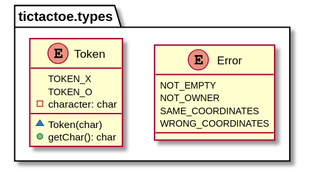
x-USantaTecla-game-ticTacToe/java keeps this PlantUML diagram as docs/build/docs/asciidoc/images/tictactoeModelsVersion5.svg. Above is the earlier version.
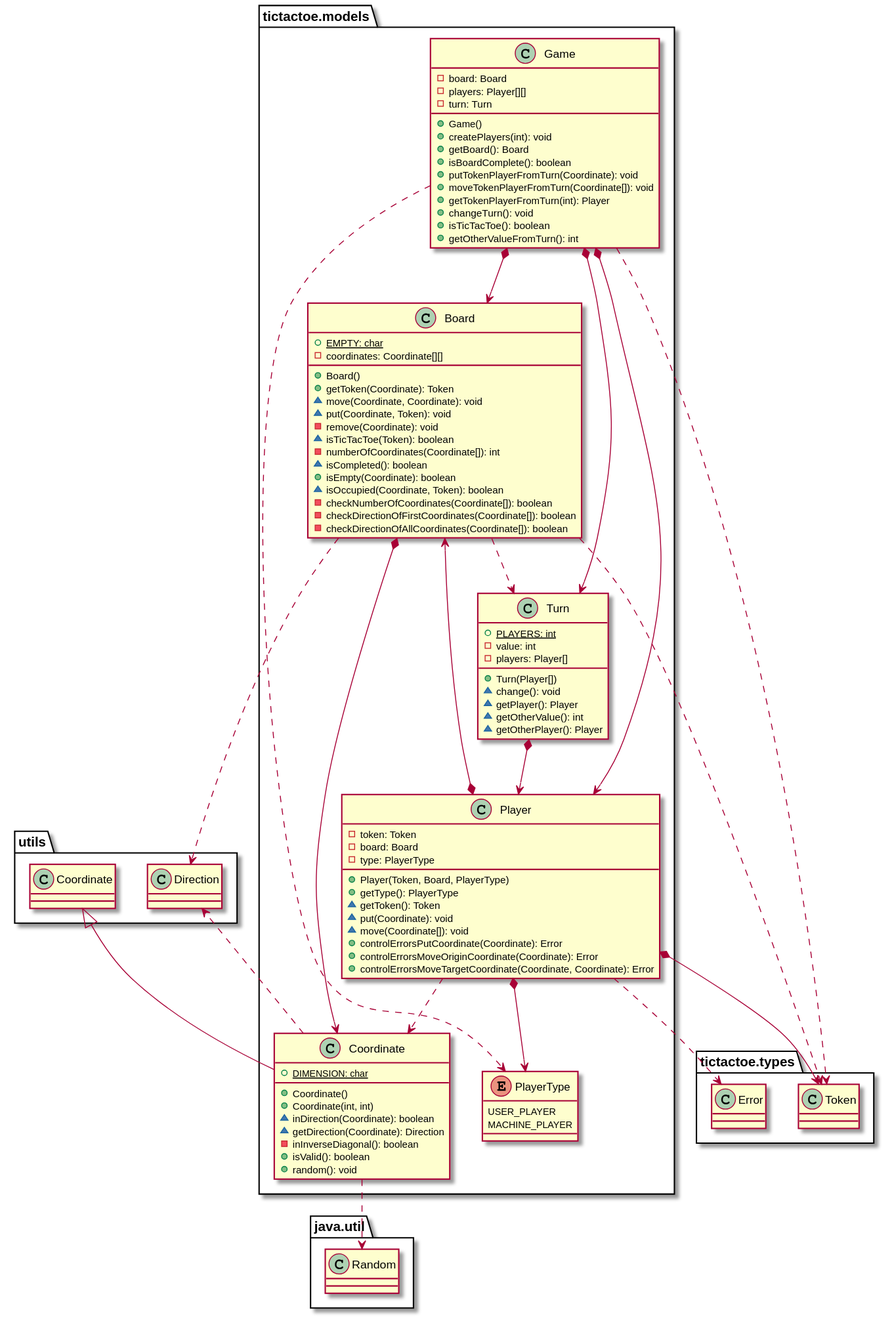
The same file after the commit.

Commit message:
Fix types visualization on docs

What changed in the source:
```diff
@@ -1,18 +1,96 @@
 @startuml
 
-enum  tictactoe.types.Error{
-NOT_EMPTY
-NOT_OWNER
-SAME_COORDINATES
-WRONG_COORDINATES
+class  tictactoe.models.Board{
++ {static} EMPTY: char
+- coordinates: Coordinate[][]
++ Board()
++ getToken(Coordinate): Token
+~ move(Coordinate, Coordinate): void
+~ put(Coordinate, Token): void
+- remove(Coordinate): void
+~ isTicTacToe(Token): boolean
+- numberOfCoordinates(Coordinate[]): int
+~ isCompleted(): boolean
++ isEmpty(Coordinate): boolean
+~ isOccupied(Coordinate, Token): boolean
+- checkNumberOfCoordinates(Coordinate[]): boolean
+- checkDirectionOfFirstCoordinates(Coordinate[]): boolean
+- checkDirectionOfAllCoordinates(Coordinate[]): boolean
+}
+tictactoe.models.Board *-down-> tictactoe.models.Coordinate
+tictactoe.models.Board ..> tictactoe.types.Token
+tictactoe.models.Board ..> tictactoe.models.Turn
+tictactoe.models.Board ..> utils.Direction
+
+class  tictactoe.models.Coordinate{
++ {static} DIMENSION: char
++ Coordinate()
++ Coordinate(int, int)
+~ inDirection(Coordinate): boolean
+~ getDirection(Coordinate): Direction
+- inInverseDiagonal(): boolean
++ isValid(): boolean
++ random(): void
+}
+utils.Coordinate <|-down- tictactoe.models.Coordinate
+tictactoe.models.Coordinate ..> utils.Direction
+tictactoe.models.Coordinate ..> java.util.Random
+
+class  tictactoe.models.Game{
+- board: Board
+- players: Player[][]
+- turn: Turn
++ Game()
++ createPlayers(int): void
++ getBoard(): Board
++ isBoardComplete(): boolean
++ putTokenPlayerFromTurn(Coordinate): void
++ moveTokenPlayerFromTurn(Coordinate[]): void
++ getTokenPlayerFromTurn(int): Player
++ changeTurn(): void
++ isTicTacToe(): boolean
++ getOtherValueFromTurn(): int
+}
+tictactoe.models.Game *-down-> tictactoe.models.Board
+tictactoe.models.Game *-down-> tictactoe.models.Player
+tictactoe.models.Game *-down-> tictactoe.models.Turn
+tictactoe.models.Game ..> tictactoe.types.Token
+tictactoe.models.Game ..> tictactoe.models.PlayerType
+
+class  tictactoe.models.Player{
+- token: Token
+- board: Board
+- type: PlayerType
++ Player(Token, Board, PlayerType)
++ getType(): PlayerType
+~ getToken(): Token
+~ put(Coordinate): void
+~ move(Coordinate[]): void
++ controlErrorsPutCoordinate(Coordinate): Error
++ controlErrorsMoveOriginCoordinate(Coordinate): Error
++ controlErrorsMoveTargetCoordinate(Coordinate, Coordinate): Error
+}
+tictactoe.models.Player *-down-> tictactoe.types.Token
+tictactoe.models.Player *-down-> tictactoe.models.Board
+tictactoe.models.Player *-down-> tictactoe.models.PlayerType
+tictactoe.models.Player ..> tictactoe.models.Coordinate
+tictactoe.models.Player ..> tictactoe.types.Error
+
+enum  tictactoe.models.PlayerType{
+USER_PLAYER
+MACHINE_PLAYER
 }
 
-enum  tictactoe.types.Token{
-TOKEN_X
-TOKEN_O
-- character: char
-~ Token(char)
-+ getChar(): char
+class  tictactoe.models.Turn{
++ {static} PLAYERS: int
+- value: int
+- players: Player[]
++ Turn(Player[])
+~ change(): void
+~ getPlayer(): Player
+~ getOtherValue(): int
+~ getOtherPlayer(): Player
 }
+tictactoe.models.Turn *-down-> tictactoe.models.Player
 
 @enduml
```
